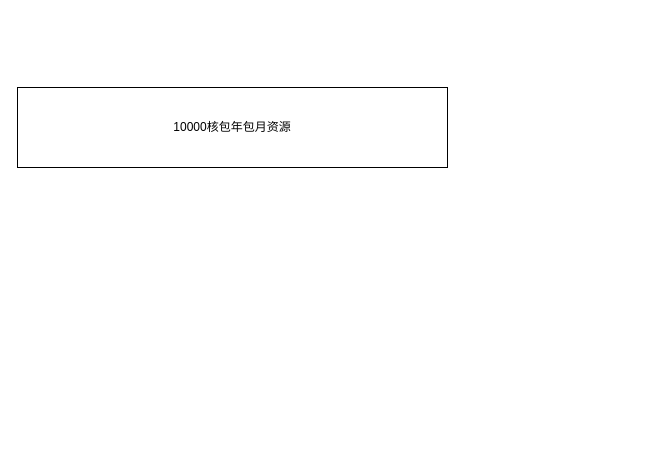
Earlier version of the draw.io diagram 峰峦+dlc.drawio (yuhuali1989/ui). Source tidied: cells renumbered, new cells numbered last; positions are measured from the earlier drawing's top-left corner, leaving out a move shared by most shapes. Both pictures are drawn from the tidied source at 100%, with x=0, y=0 at pixel (17, 87).
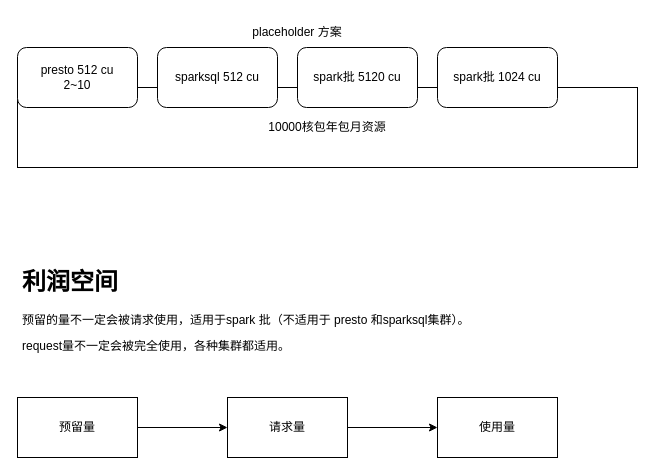
The same diagram, later.

The edit, as a diff of the source:
```diff
@@
 <mxGraphModel>
   <root>
     <mxCell id="0" />
     <mxCell id="1" parent="0" />
     <mxCell id="2" value="10000核包年包月资源" style="rounded=0;whiteSpace=wrap;html=1;" parent="1" vertex="1">
-      <mxGeometry width="430" height="80" as="geometry" />
+      <mxGeometry width="620" height="80" as="geometry" />
     </mxCell>
+    <mxCell id="3" value="presto 512 cu&lt;br&gt;2~10" style="rounded=1;whiteSpace=wrap;html=1;" parent="1" vertex="1">
+      <mxGeometry y="-40" width="120" height="60" as="geometry" />
+    </mxCell>
+    <mxCell id="4" value="sparksql 512 cu" style="rounded=1;whiteSpace=wrap;html=1;" parent="1" vertex="1">
+      <mxGeometry x="140" y="-40" width="120" height="60" as="geometry" />
+    </mxCell>
+    <mxCell id="5" value="spark批 5120 cu" style="rounded=1;whiteSpace=wrap;html=1;" parent="1" vertex="1">
+      <mxGeometry x="280" y="-40" width="120" height="60" as="geometry" />
+    </mxCell>
+    <mxCell id="6" value="spark批 1024 cu" style="rounded=1;whiteSpace=wrap;html=1;" parent="1" vertex="1">
+      <mxGeometry x="420" y="-40" width="120" height="60" as="geometry" />
+    </mxCell>
+    <mxCell id="7" value="placeholder 方案" style="text;html=1;strokeColor=none;fillColor=none;align=center;verticalAlign=middle;whiteSpace=wrap;rounded=0;" parent="1" vertex="1">
+      <mxGeometry x="220" y="-70" width="120" height="30" as="geometry" />
+    </mxCell>
+    <mxCell id="8" style="edgeStyle=orthogonalEdgeStyle;rounded=0;jettySize=auto;html=1;" parent="1" edge="1" source="9" target="11">
+      <mxGeometry relative="1" as="geometry" />
+    </mxCell>
+    <mxCell id="9" value="预留量" style="rounded=0;whiteSpace=wrap;html=1;" parent="1" vertex="1">
+      <mxGeometry y="310" width="120" height="60" as="geometry" />
+    </mxCell>
+    <mxCell id="10" style="edgeStyle=orthogonalEdgeStyle;rounded=0;jettySize=auto;html=1;entryX=0;entryY=0.5;entryDx=0;entryDy=0;" parent="1" edge="1" source="11" target="12">
+      <mxGeometry relative="1" as="geometry" />
+    </mxCell>
+    <mxCell id="11" value="请求量" style="rounded=0;whiteSpace=wrap;html=1;" parent="1" vertex="1">
+      <mxGeometry x="210" y="310" width="120" height="60" as="geometry" />
+    </mxCell>
+    <mxCell id="12" value="使用量" style="rounded=0;whiteSpace=wrap;html=1;" parent="1" vertex="1">
+      <mxGeometry x="420" y="310" width="120" height="60" as="geometry" />
+    </mxCell>
+    <mxCell id="13" value="&lt;h1&gt;利润空间&lt;/h1&gt;&lt;p&gt;预留的量不一定会被请求使用，适用于spark 批（不适用于 presto 和sparksql集群）。&lt;/p&gt;&lt;p&gt;request量不一定会被完全使用，各种集群都适用。&lt;/p&gt;" style="text;html=1;strokeColor=none;fillColor=none;spacing=5;spacingTop=-20;whiteSpace=wrap;overflow=hidden;rounded=0;" parent="1" vertex="1">
+      <mxGeometry y="175" width="510" height="120" as="geometry" />
+    </mxCell>
   </root>
 </mxGraphModel>
```
